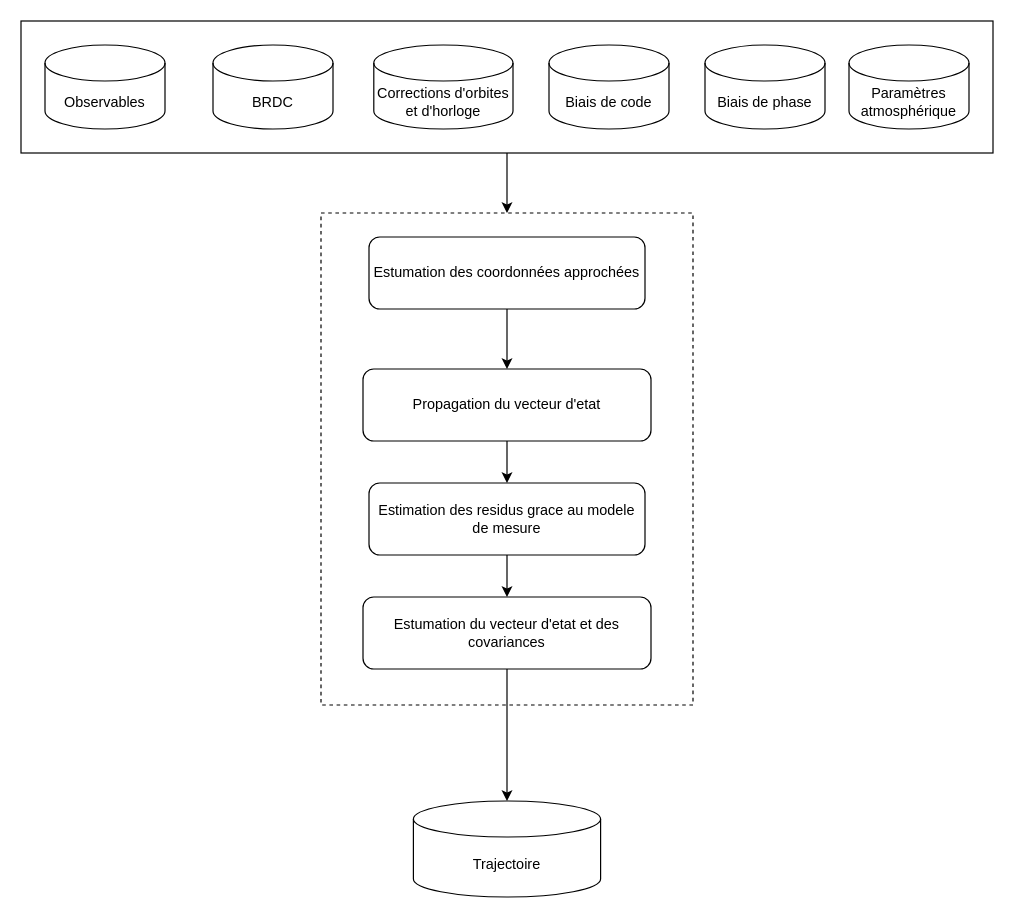
Before: page "Page-3" (3 of 4) of KFs_Geo.drawio in Kaloum2/KFs, a draw.io diagram. Source tidied: cells renumbered, new cells numbered last; positions are measured from the earlier drawing's top-left corner, leaving out a move shared by most shapes. Both pictures are drawn from the tidied source at 120%, with x=0, y=0 at pixel (20, 20).
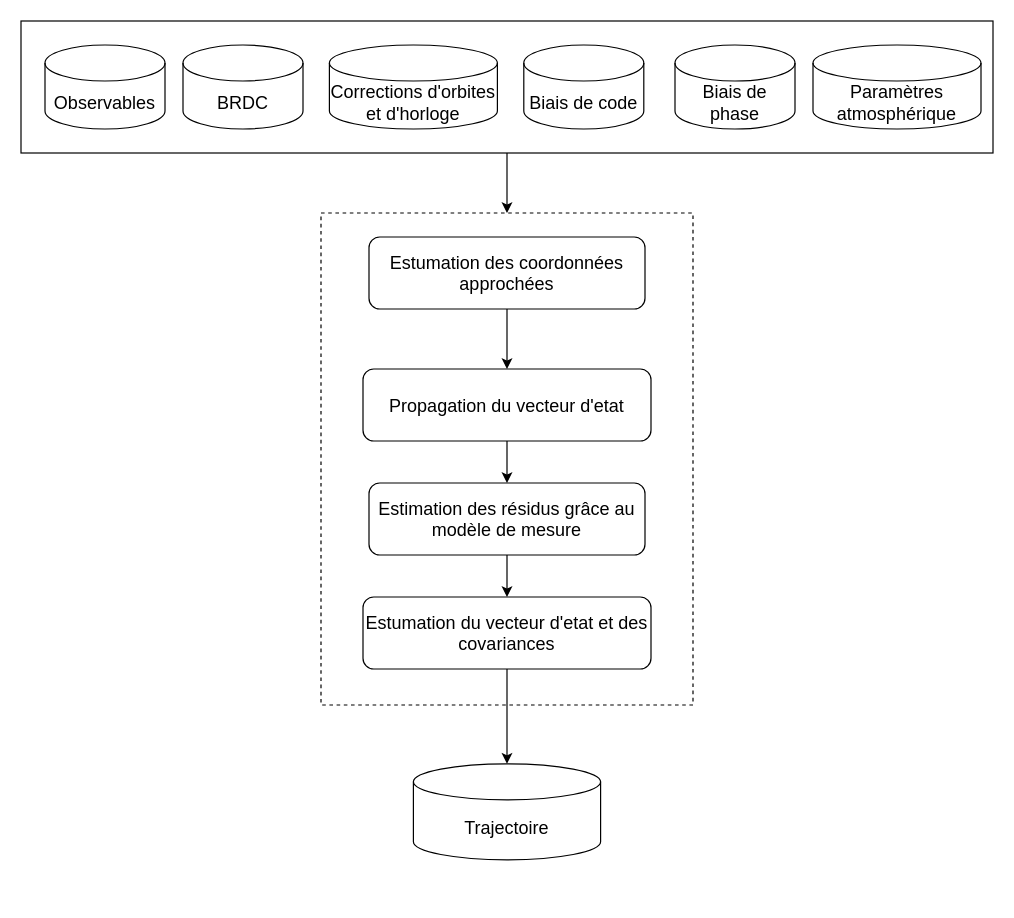
The same diagram, later.

The edit, as a diff of the source:
```diff
@@
 <mxGraphModel>
   <root>
     <mxCell id="0" />
     <mxCell id="1" parent="0" />
     <mxCell id="2" style="edgeStyle=orthogonalEdgeStyle;rounded=0;jettySize=auto;html=1;exitX=0.5;exitY=1;exitDx=0;exitDy=0;" parent="1" edge="1" source="3" target="10">
       <mxGeometry relative="1" as="geometry" />
     </mxCell>
     <mxCell id="3" style="rounded=0;whiteSpace=wrap;html=1;" parent="1" vertex="1">
       <mxGeometry width="810" height="110" as="geometry" />
     </mxCell>
-    <mxCell id="4" value="Observables" style="shape=cylinder3;whiteSpace=wrap;html=1;boundedLbl=1;backgroundOutline=1;size=15;" parent="1" vertex="1">
+    <mxCell id="4" value="Observables" style="shape=cylinder3;whiteSpace=wrap;html=1;boundedLbl=1;backgroundOutline=1;size=15;fontSize=15;" parent="1" vertex="1">
       <mxGeometry x="20" y="20" width="100" height="70" as="geometry" />
     </mxCell>
-    <mxCell id="5" value="BRDC" style="shape=cylinder3;whiteSpace=wrap;html=1;boundedLbl=1;backgroundOutline=1;size=15;" parent="1" vertex="1">
-      <mxGeometry x="160" y="20" width="100" height="70" as="geometry" />
+    <mxCell id="5" value="BRDC" style="shape=cylinder3;whiteSpace=wrap;html=1;boundedLbl=1;backgroundOutline=1;size=15;fontSize=15;" parent="1" vertex="1">
+      <mxGeometry x="135" y="20" width="100" height="70" as="geometry" />
     </mxCell>
-    <mxCell id="6" value="Paramètres atmosphérique" style="shape=cylinder3;whiteSpace=wrap;html=1;boundedLbl=1;backgroundOutline=1;size=15;" parent="1" vertex="1">
-      <mxGeometry x="690" y="20" width="100" height="70" as="geometry" />
+    <mxCell id="6" value="Paramètres atmosphérique" style="shape=cylinder3;whiteSpace=wrap;html=1;boundedLbl=1;backgroundOutline=1;size=15;fontSize=15;" parent="1" vertex="1">
+      <mxGeometry x="660" y="20" width="140" height="70" as="geometry" />
     </mxCell>
-    <mxCell id="7" value="Corrections d'orbites et d'horloge" style="shape=cylinder3;whiteSpace=wrap;html=1;boundedLbl=1;backgroundOutline=1;size=15;" parent="1" vertex="1">
-      <mxGeometry x="294" y="20" width="116" height="70" as="geometry" />
+    <mxCell id="7" value="Corrections d'orbites et d'horloge" style="shape=cylinder3;whiteSpace=wrap;html=1;boundedLbl=1;backgroundOutline=1;size=15;fontSize=15;" parent="1" vertex="1">
+      <mxGeometry x="257" y="20" width="140" height="70" as="geometry" />
     </mxCell>
-    <mxCell id="8" value="Biais de code" style="shape=cylinder3;whiteSpace=wrap;html=1;boundedLbl=1;backgroundOutline=1;size=15;" parent="1" vertex="1">
-      <mxGeometry x="440" y="20" width="100" height="70" as="geometry" />
+    <mxCell id="8" value="Biais de code" style="shape=cylinder3;whiteSpace=wrap;html=1;boundedLbl=1;backgroundOutline=1;size=15;fontSize=15;" parent="1" vertex="1">
+      <mxGeometry x="419" y="20" width="100" height="70" as="geometry" />
     </mxCell>
-    <mxCell id="9" value="Biais de phase" style="shape=cylinder3;whiteSpace=wrap;html=1;boundedLbl=1;backgroundOutline=1;size=15;" parent="1" vertex="1">
-      <mxGeometry x="570" y="20" width="100" height="70" as="geometry" />
+    <mxCell id="9" value="Biais de phase" style="shape=cylinder3;whiteSpace=wrap;html=1;boundedLbl=1;backgroundOutline=1;size=15;fontSize=15;" parent="1" vertex="1">
+      <mxGeometry x="545" y="20" width="100" height="70" as="geometry" />
     </mxCell>
     <mxCell id="10" style="rounded=0;whiteSpace=wrap;html=1;dashed=1;" parent="1" vertex="1">
       <mxGeometry x="250" y="160" width="310" height="410" as="geometry" />
     </mxCell>
     <mxCell id="11" style="edgeStyle=orthogonalEdgeStyle;rounded=0;jettySize=auto;html=1;exitX=0.5;exitY=1;exitDx=0;exitDy=0;entryX=0.5;entryY=0;entryDx=0;entryDy=0;" parent="1" edge="1" source="12" target="14">
       <mxGeometry relative="1" as="geometry" />
     </mxCell>
-    <mxCell id="12" value="Estumation des coordonnées approchées" style="rounded=1;whiteSpace=wrap;html=1;" parent="1" vertex="1">
+    <mxCell id="12" value="Estumation des coordonnées approchées" style="rounded=1;whiteSpace=wrap;html=1;fontSize=15;" parent="1" vertex="1">
       <mxGeometry x="290" y="180" width="230" height="60" as="geometry" />
     </mxCell>
     <mxCell id="13" style="edgeStyle=orthogonalEdgeStyle;rounded=0;jettySize=auto;html=1;exitX=0.5;exitY=1;exitDx=0;exitDy=0;" parent="1" edge="1" source="14" target="16">
       <mxGeometry relative="1" as="geometry" />
     </mxCell>
-    <mxCell id="14" value="Propagation du vecteur d'etat" style="rounded=1;whiteSpace=wrap;html=1;" parent="1" vertex="1">
+    <mxCell id="14" value="Propagation du vecteur d'etat" style="rounded=1;whiteSpace=wrap;html=1;fontSize=15;" parent="1" vertex="1">
       <mxGeometry x="285" y="290" width="240" height="60" as="geometry" />
     </mxCell>
     <mxCell id="15" style="edgeStyle=orthogonalEdgeStyle;rounded=0;jettySize=auto;html=1;exitX=0.5;exitY=1;exitDx=0;exitDy=0;" parent="1" edge="1" source="16" target="18">
       <mxGeometry relative="1" as="geometry" />
     </mxCell>
-    <mxCell id="16" value="Estimation des residus grace au modele de mesure" style="rounded=1;whiteSpace=wrap;html=1;" parent="1" vertex="1">
+    <mxCell id="16" value="Estimation des résidus grâce au modèle de mesure" style="rounded=1;whiteSpace=wrap;html=1;fontSize=15;" parent="1" vertex="1">
       <mxGeometry x="290" y="385" width="230" height="60" as="geometry" />
     </mxCell>
     <mxCell id="17" style="edgeStyle=orthogonalEdgeStyle;rounded=0;jettySize=auto;html=1;exitX=0.5;exitY=1;exitDx=0;exitDy=0;entryX=0.5;entryY=0;entryDx=0;entryDy=0;entryPerimeter=0;" parent="1" edge="1" source="18" target="19">
       <mxGeometry relative="1" as="geometry" />
     </mxCell>
-    <mxCell id="18" value="Estumation du vecteur d'etat et des covariances" style="rounded=1;whiteSpace=wrap;html=1;" parent="1" vertex="1">
+    <mxCell id="18" value="Estumation du vecteur d'etat et des covariances" style="rounded=1;whiteSpace=wrap;html=1;fontSize=15;" parent="1" vertex="1">
       <mxGeometry x="285" y="480" width="240" height="60" as="geometry" />
     </mxCell>
-    <mxCell id="19" value="Trajectoire" style="shape=cylinder3;whiteSpace=wrap;html=1;boundedLbl=1;backgroundOutline=1;size=15;" parent="1" vertex="1">
-      <mxGeometry x="327" y="650" width="156" height="80" as="geometry" />
+    <mxCell id="19" value="Trajectoire" style="shape=cylinder3;whiteSpace=wrap;html=1;boundedLbl=1;backgroundOutline=1;size=15;fontSize=15;" parent="1" vertex="1">
+      <mxGeometry x="327" y="619" width="156" height="80" as="geometry" />
     </mxCell>
   </root>
 </mxGraphModel>
```
